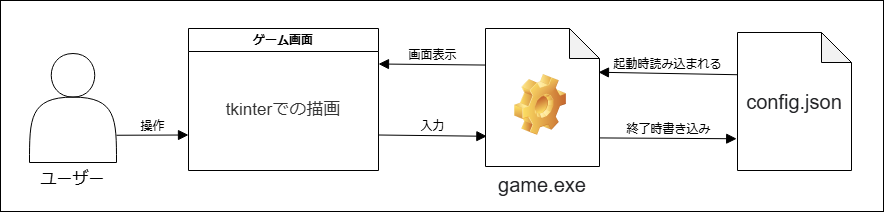
The draw.io diagram md/configuration.png in haru315/porting-game, before a commit. Source tidied: cells renumbered, new cells last; positions are measured from the earlier drawing's top-left corner, leaving out a move shared by most shapes. Its diagram source:
```xml
<mxGraphModel>
  <root>
    <mxCell id="0" />
    <mxCell id="1" parent="0" />
    <mxCell id="2" style="rounded=0;whiteSpace=wrap;html=1;" parent="1" vertex="1">
      <mxGeometry width="883" height="211" as="geometry" />
    </mxCell>
    <mxCell id="3" value="&lt;span style=&quot;color: rgb(32, 33, 36); font-family: Arial, sans-serif; font-size: 20px; text-align: left;&quot;&gt;config.json&lt;/span&gt;" style="shape=note;whiteSpace=wrap;html=1;backgroundOutline=1;darkOpacity=0.05;" parent="1" vertex="1">
      <mxGeometry x="737" y="32" width="114" height="138" as="geometry" />
    </mxCell>
    <mxCell id="4" value="ゲーム画面" style="swimlane;whiteSpace=wrap;html=1;" parent="1" vertex="1">
      <mxGeometry x="188" y="28" width="190" height="142" as="geometry" />
    </mxCell>
    <mxCell id="5" value="&lt;span style=&quot;color: rgb(51, 51, 51); font-size: 17px;&quot;&gt;t&lt;/span&gt;&lt;span style=&quot;color: rgb(51, 51, 51); font-size: 17px; background-color: initial;&quot;&gt;kinterでの描画&lt;/span&gt;" style="whiteSpace=wrap;html=1;strokeColor=none;" parent="4" vertex="1">
      <mxGeometry x="35" y="52" width="120" height="60" as="geometry" />
    </mxCell>
    <mxCell id="6" value="終了時書き込み" style="html=1;verticalAlign=bottom;endArrow=block;curved=0;rounded=0;fontSize=12;startSize=8;endSize=8;exitX=0.998;exitY=0.793;exitDx=0;exitDy=0;exitPerimeter=0;entryX=-0.007;entryY=0.77;entryDx=0;entryDy=0;entryPerimeter=0;" parent="1" edge="1" source="10" target="3">
      <mxGeometry relative="1" as="geometry" />
    </mxCell>
    <mxCell id="7" value="入力" style="html=1;verticalAlign=bottom;endArrow=block;curved=0;rounded=0;fontSize=12;startSize=8;endSize=8;entryX=0.012;entryY=0.781;entryDx=0;entryDy=0;entryPerimeter=0;exitX=1;exitY=0.75;exitDx=0;exitDy=0;" parent="1" edge="1" source="4" target="10">
      <mxGeometry relative="1" as="geometry" />
    </mxCell>
    <mxCell id="8" value="画面表示" style="html=1;verticalAlign=bottom;endArrow=block;curved=0;rounded=0;fontSize=12;startSize=8;endSize=8;entryX=1;entryY=0.25;entryDx=0;entryDy=0;exitX=0.012;exitY=0.265;exitDx=0;exitDy=0;exitPerimeter=0;" parent="1" edge="1" source="10" target="4">
      <mxGeometry relative="1" as="geometry" />
    </mxCell>
    <mxCell id="9" style="group;" parent="1" vertex="1">
      <mxGeometry x="485" y="28" width="114" height="138" as="geometry" />
    </mxCell>
    <mxCell id="10" value="&lt;div style=&quot;text-align: left;&quot;&gt;&lt;span style=&quot;background-color: initial; font-size: 20px;&quot;&gt;&lt;font face=&quot;Arial, sans-serif&quot; color=&quot;#202124&quot;&gt;game.exe&lt;/font&gt;&lt;/span&gt;&lt;/div&gt;" style="shape=note;whiteSpace=wrap;html=1;backgroundOutline=1;darkOpacity=0.05;verticalLabelPosition=bottom;verticalAlign=top;imageAspect=1;image=img/clipart/Gear_128x128.png;" parent="9" vertex="1">
      <mxGeometry width="114" height="138" as="geometry" />
    </mxCell>
    <mxCell id="11" style="shape=image;html=1;verticalLabelPosition=bottom;verticalAlign=top;imageAspect=1;image=img/clipart/Gear_128x128.png;" parent="9" vertex="1">
      <mxGeometry x="29" y="46" width="52" height="61" as="geometry" />
    </mxCell>
    <mxCell id="12" value="起動時読み込まれる" style="html=1;verticalAlign=bottom;endArrow=block;curved=0;rounded=0;fontSize=12;startSize=8;endSize=8;exitX=0;exitY=0.306;exitDx=0;exitDy=0;exitPerimeter=0;entryX=0.991;entryY=0.317;entryDx=0;entryDy=0;entryPerimeter=0;" parent="1" edge="1" source="3" target="10">
      <mxGeometry relative="1" as="geometry" />
    </mxCell>
    <mxCell id="13" value="&lt;font style=&quot;font-size: 16px;&quot;&gt;ユーザー&lt;/font&gt;" style="shape=actor;whiteSpace=wrap;html=1;verticalLabelPosition=bottom;verticalAlign=top;imageAspect=1;image=img/clipart/Gear_128x128.png;" parent="1" vertex="1">
      <mxGeometry x="29" y="53" width="87" height="109" as="geometry" />
    </mxCell>
    <mxCell id="14" value="操作" style="html=1;verticalAlign=bottom;endArrow=block;curved=0;rounded=0;fontSize=12;startSize=8;endSize=8;exitX=1;exitY=0.75;exitDx=0;exitDy=0;entryX=0;entryY=0.75;entryDx=0;entryDy=0;" parent="1" edge="1" source="13" target="4">
      <mxGeometry relative="1" as="geometry" />
    </mxCell>
  </root>
</mxGraphModel>
```
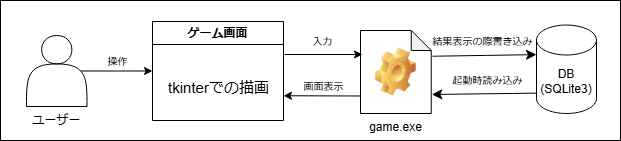
Later version of the same file.

The edit, as a diff of the source:
```diff
@@ -2,44 +2,74 @@
   <root>
     <mxCell id="0" />
     <mxCell id="1" parent="0" />
-    <mxCell id="2" style="rounded=0;whiteSpace=wrap;html=1;" parent="1" vertex="1">
-      <mxGeometry width="883" height="211" as="geometry" />
-    </mxCell>
-    <mxCell id="3" value="&lt;span style=&quot;color: rgb(32, 33, 36); font-family: Arial, sans-serif; font-size: 20px; text-align: left;&quot;&gt;config.json&lt;/span&gt;" style="shape=note;whiteSpace=wrap;html=1;backgroundOutline=1;darkOpacity=0.05;" parent="1" vertex="1">
-      <mxGeometry x="737" y="32" width="114" height="138" as="geometry" />
-    </mxCell>
+    <mxCell id="15" style="rounded=0;whiteSpace=wrap;html=1;" parent="1" vertex="1">
+      <mxGeometry x="370" y="31" width="620" height="140" as="geometry" />
+    </mxCell>
+    <mxCell id="13" value="ユーザー" style="shape=actor;html=1;verticalLabelPosition=bottom;verticalAlign=top;imageAspect=1;image=img/clipart/Gear_128x128.png;whiteSpace=wrap;" parent="1" vertex="1">
+      <mxGeometry x="396" y="66" width="60.5" height="71" as="geometry" />
+    </mxCell>
-    <mxCell id="4" value="ゲーム画面" style="swimlane;whiteSpace=wrap;html=1;" parent="1" vertex="1">
-      <mxGeometry x="188" y="28" width="190" height="142" as="geometry" />
+    <mxCell id="4" value="ゲーム画面" style="swimlane;whiteSpace=wrap;html=1;fontSize=12;" parent="1" vertex="1">
+      <mxGeometry x="522" y="52" width="131" height="99" as="geometry" />
     </mxCell>
-    <mxCell id="5" value="&lt;span style=&quot;color: rgb(51, 51, 51); font-size: 17px;&quot;&gt;t&lt;/span&gt;&lt;span style=&quot;color: rgb(51, 51, 51); font-size: 17px; background-color: initial;&quot;&gt;kinterでの描画&lt;/span&gt;" style="whiteSpace=wrap;html=1;strokeColor=none;" parent="4" vertex="1">
-      <mxGeometry x="35" y="52" width="120" height="60" as="geometry" />
-    </mxCell>
-    <mxCell id="6" value="終了時書き込み" style="html=1;verticalAlign=bottom;endArrow=block;curved=0;rounded=0;fontSize=12;startSize=8;endSize=8;exitX=0.998;exitY=0.793;exitDx=0;exitDy=0;exitPerimeter=0;entryX=-0.007;entryY=0.77;entryDx=0;entryDy=0;entryPerimeter=0;" parent="1" edge="1" source="10" target="3">
-      <mxGeometry relative="1" as="geometry" />
-    </mxCell>
+    <mxCell id="16" value="&lt;font style=&quot;font-size: 15px;&quot;&gt;tkinterでの描画&lt;/font&gt;" style="text;html=1;align=center;verticalAlign=middle;strokeColor=none;fillColor=none;fontSize=16;" parent="4" vertex="1">
+      <mxGeometry x="6.5" y="50" width="119" height="32" as="geometry" />
+    </mxCell>
+    <mxCell id="17" style="group;" parent="1" vertex="1">
+      <mxGeometry x="730" y="61" width="70.8" height="83" as="geometry" />
+    </mxCell>
+    <mxCell id="18" style="group;" parent="17" vertex="1">
+      <mxGeometry width="70.8" height="83" as="geometry" />
+    </mxCell>
+    <mxCell id="10" value="game.exe" style="shape=note;html=1;verticalLabelPosition=bottom;verticalAlign=top;imageAspect=1;image=img/clipart/Gear_128x128.png;whiteSpace=wrap;backgroundOutline=1;darkOpacity=0.05;size=20;" parent="18" vertex="1">
+      <mxGeometry width="70.8" height="83" as="geometry" />
+    </mxCell>
+    <mxCell id="19" style="shape=image;html=1;verticalLabelPosition=bottom;verticalAlign=top;imageAspect=1;image=img/clipart/Gear_128x128.png;" parent="18" vertex="1">
+      <mxGeometry x="15" y="17.5" width="40.8" height="47.9" as="geometry" />
+    </mxCell>
+    <mxCell id="20" value="DB&lt;br&gt;(SQLite3)" style="shape=cylinder3;whiteSpace=wrap;html=1;boundedLbl=1;backgroundOutline=1;size=15;verticalAlign=middle;" parent="1" vertex="1">
+      <mxGeometry x="906" y="55.5" width="60" height="88.5" as="geometry" />
+    </mxCell>
+    <mxCell id="21" style="edgeStyle=none;curved=1;rounded=0;jettySize=auto;html=1;exitX=1.016;exitY=0.31;exitDx=0;exitDy=0;exitPerimeter=0;entryX=0;entryY=0;entryDx=0;entryDy=29.625;entryPerimeter=0;fontSize=12;startSize=8;endSize=8;" parent="1" edge="1" source="10" target="20">
+      <mxGeometry relative="1" as="geometry" />
+    </mxCell>
+    <mxCell id="22" value="結果表示の際書き込み" style="edgeLabel;html=1;align=center;verticalAlign=middle;fontSize=10;" parent="21" vertex="1">
+      <mxGeometry x="0.01" y="1" relative="1" as="geometry">
+        <mxPoint x="-3" y="-13" as="offset" />
+      </mxGeometry>
+    </mxCell>
+    <mxCell id="23" style="edgeStyle=none;curved=1;rounded=0;jettySize=auto;html=1;exitX=0;exitY=0.77;exitDx=0;exitDy=0;exitPerimeter=0;fontSize=12;startSize=8;endSize=8;entryX=1.008;entryY=0.771;entryDx=0;entryDy=0;entryPerimeter=0;" parent="1" edge="1" source="20" target="10">
+      <mxGeometry relative="1" as="geometry" />
+    </mxCell>
+    <mxCell id="24" value="起動時読み込み" style="edgeLabel;html=1;align=center;verticalAlign=middle;fontSize=10;" parent="23" vertex="1">
+      <mxGeometry x="0.08" y="2" relative="1" as="geometry">
+        <mxPoint x="7" y="-16" as="offset" />
+      </mxGeometry>
+    </mxCell>
+    <mxCell id="25" style="endArrow=classic;html=1;rounded=0;entryX=0.028;entryY=0.289;entryDx=0;entryDy=0;entryPerimeter=0;" parent="1" edge="1" target="10">
+      <mxGeometry relative="1" as="geometry">
+        <mxPoint x="654" y="85" as="sourcePoint" />
+      </mxGeometry>
+    </mxCell>
-    <mxCell id="7" value="入力" style="html=1;verticalAlign=bottom;endArrow=block;curved=0;rounded=0;fontSize=12;startSize=8;endSize=8;entryX=0.012;entryY=0.781;entryDx=0;entryDy=0;entryPerimeter=0;exitX=1;exitY=0.75;exitDx=0;exitDy=0;" parent="1" edge="1" source="4" target="10">
-      <mxGeometry relative="1" as="geometry" />
+    <mxCell id="7" value="入力" style="edgeLabel;html=1;align=center;verticalAlign=middle;fontSize=10;" parent="25" vertex="1">
+      <mxGeometry x="-0.02" relative="1" as="geometry">
+        <mxPoint y="-13" as="offset" />
+      </mxGeometry>
     </mxCell>
+    <mxCell id="26" style="endArrow=classic;html=1;rounded=0;exitX=0;exitY=0.789;exitDx=0;exitDy=0;exitPerimeter=0;entryX=1;entryY=0.75;entryDx=0;entryDy=0;" parent="1" edge="1" source="10" target="4">
+      <mxGeometry relative="1" as="geometry" />
+    </mxCell>
-    <mxCell id="8" value="画面表示" style="html=1;verticalAlign=bottom;endArrow=block;curved=0;rounded=0;fontSize=12;startSize=8;endSize=8;entryX=1;entryY=0.25;entryDx=0;entryDy=0;exitX=0.012;exitY=0.265;exitDx=0;exitDy=0;exitPerimeter=0;" parent="1" edge="1" source="10" target="4">
-      <mxGeometry relative="1" as="geometry" />
+    <mxCell id="8" value="画面表示" style="edgeLabel;html=1;align=center;verticalAlign=middle;fontSize=10;" parent="26" vertex="1">
+      <mxGeometry x="0.04" y="-1" relative="1" as="geometry">
+        <mxPoint x="2" y="-9" as="offset" />
+      </mxGeometry>
     </mxCell>
-    <mxCell id="9" style="group;" parent="1" vertex="1">
-      <mxGeometry x="485" y="28" width="114" height="138" as="geometry" />
-    </mxCell>
-    <mxCell id="10" value="&lt;div style=&quot;text-align: left;&quot;&gt;&lt;span style=&quot;background-color: initial; font-size: 20px;&quot;&gt;&lt;font face=&quot;Arial, sans-serif&quot; color=&quot;#202124&quot;&gt;game.exe&lt;/font&gt;&lt;/span&gt;&lt;/div&gt;" style="shape=note;whiteSpace=wrap;html=1;backgroundOutline=1;darkOpacity=0.05;verticalLabelPosition=bottom;verticalAlign=top;imageAspect=1;image=img/clipart/Gear_128x128.png;" parent="9" vertex="1">
-      <mxGeometry width="114" height="138" as="geometry" />
-    </mxCell>
-    <mxCell id="11" style="shape=image;html=1;verticalLabelPosition=bottom;verticalAlign=top;imageAspect=1;image=img/clipart/Gear_128x128.png;" parent="9" vertex="1">
-      <mxGeometry x="29" y="46" width="52" height="61" as="geometry" />
-    </mxCell>
-    <mxCell id="12" value="起動時読み込まれる" style="html=1;verticalAlign=bottom;endArrow=block;curved=0;rounded=0;fontSize=12;startSize=8;endSize=8;exitX=0;exitY=0.306;exitDx=0;exitDy=0;exitPerimeter=0;entryX=0.991;entryY=0.317;entryDx=0;entryDy=0;entryPerimeter=0;" parent="1" edge="1" source="3" target="10">
-      <mxGeometry relative="1" as="geometry" />
-    </mxCell>
-    <mxCell id="13" value="&lt;font style=&quot;font-size: 16px;&quot;&gt;ユーザー&lt;/font&gt;" style="shape=actor;whiteSpace=wrap;html=1;verticalLabelPosition=bottom;verticalAlign=top;imageAspect=1;image=img/clipart/Gear_128x128.png;" parent="1" vertex="1">
-      <mxGeometry x="29" y="53" width="87" height="109" as="geometry" />
-    </mxCell>
+    <mxCell id="27" style="endArrow=classic;html=1;rounded=0;entryX=0;entryY=0.5;entryDx=0;entryDy=0;exitX=0.9;exitY=0.5;exitDx=0;exitDy=0;exitPerimeter=0;" parent="1" edge="1" source="13" target="4">
+      <mxGeometry relative="1" as="geometry" />
+    </mxCell>
-    <mxCell id="14" value="操作" style="html=1;verticalAlign=bottom;endArrow=block;curved=0;rounded=0;fontSize=12;startSize=8;endSize=8;exitX=1;exitY=0.75;exitDx=0;exitDy=0;entryX=0;entryY=0.75;entryDx=0;entryDy=0;" parent="1" edge="1" source="13" target="4">
-      <mxGeometry relative="1" as="geometry" />
+    <mxCell id="14" value="操作" style="edgeLabel;html=1;align=center;verticalAlign=middle;fontSize=10;" parent="27" vertex="1">
+      <mxGeometry y="2" relative="1" as="geometry">
+        <mxPoint y="-8" as="offset" />
+      </mxGeometry>
     </mxCell>
   </root>
 </mxGraphModel>
```
